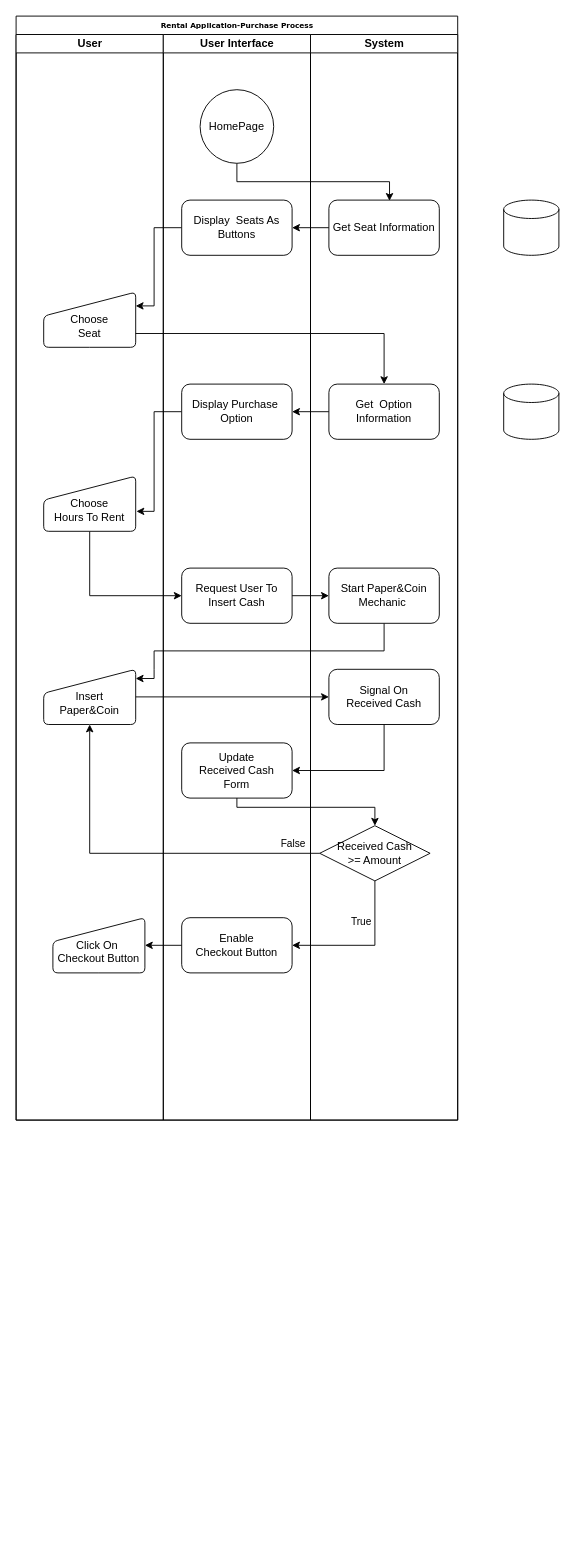
The draw.io diagram 購買流程圖.drawio in luffeTW/MahJong-BPS, before the edit. Source tidied: cells renumbered, new cells numbered last; positions are measured from the earlier drawing's top-left corner, leaving out a move shared by most shapes. Both pictures are drawn from the tidied source at 92%, with x=0, y=0 at pixel (16, 16).
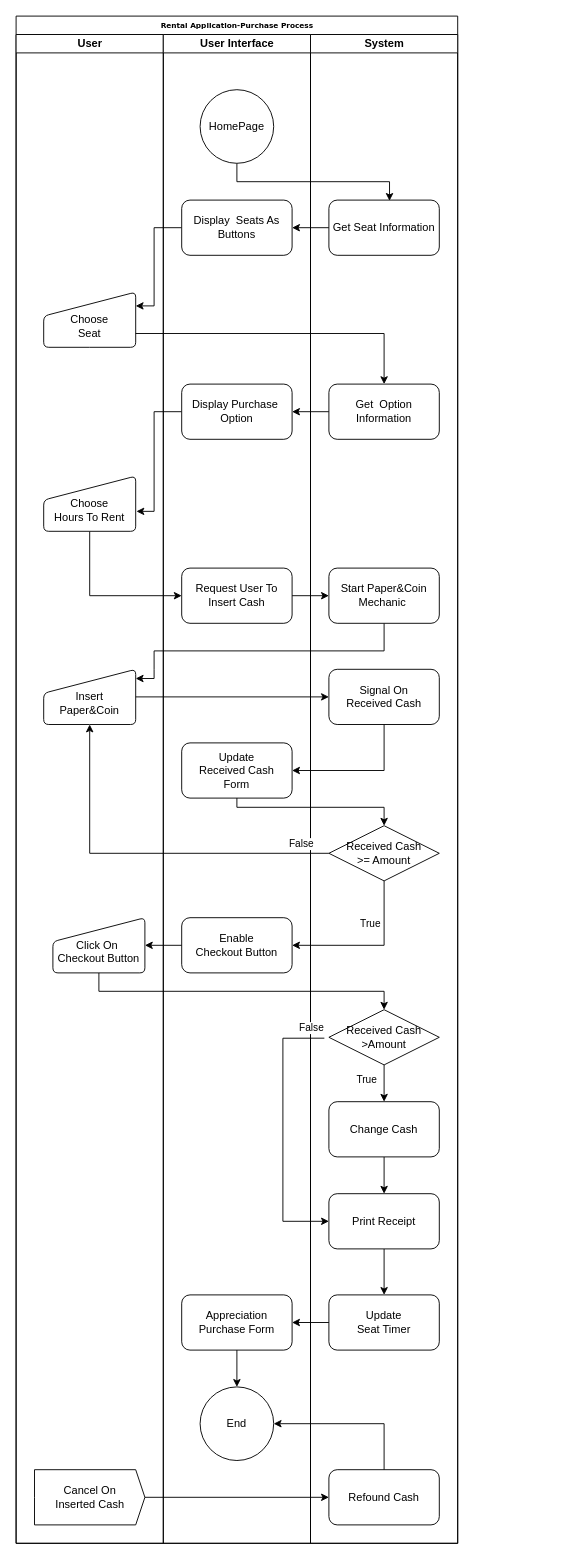
The same page after the edit.

Commit message:
更新購買流程圖.drawio

Unchanged cells that the change refers to:
```xml
<mxCell id="21" value="Update&lt;br&gt;Received Cash&lt;br&gt;Form" style="rounded=1;whiteSpace=wrap;html=1;" parent="15" vertex="1">
  <mxGeometry x="20" y="770" width="120" height="60" as="geometry" />
</mxCell>
<mxCell id="22" value="&lt;br&gt;Click On&amp;nbsp;&lt;br&gt;Checkout Button" style="html=1;strokeWidth=1;shape=manualInput;whiteSpace=wrap;rounded=1;size=26;arcSize=11;" parent="15" vertex="1">
  <mxGeometry x="-120" y="960" width="100" height="60" as="geometry" />
</mxCell>
<mxCell id="23" value="Enable &lt;br&gt;Checkout Button" style="rounded=1;whiteSpace=wrap;html=1;" parent="15" vertex="1">
  <mxGeometry x="20" y="960" width="120" height="60" as="geometry" />
</mxCell>
```

The edit, as a diff of the source:
```diff
@@
     <mxCell id="2" value="Rental Application-Purchase Process" style="swimlane;html=1;startSize=20;rounded=0;shadow=0;labelBackgroundColor=none;strokeWidth=1;fontFamily=Verdana;fontSize=8;align=center;" parent="1" vertex="1">
-      <mxGeometry width="480" height="1200" as="geometry" />
+      <mxGeometry width="480" height="1660" as="geometry" />
     </mxCell>
     <mxCell id="3" value="User" style="swimlane;html=1;startSize=20;" parent="2" vertex="1">
-      <mxGeometry y="20" width="160" height="1180" as="geometry" />
+      <mxGeometry y="20" width="160" height="1640" as="geometry" />
     </mxCell>
@@
+    <mxCell id="38" value="Cancel On &lt;br&gt;Inserted Cash" style="html=1;shadow=0;dashed=0;align=center;verticalAlign=middle;shape=mxgraph.arrows2.arrow;dy=0;dx=10;notch=0;" parent="3" vertex="1">
+      <mxGeometry x="20" y="1560" width="120" height="60" as="geometry" />
+    </mxCell>
@@
     <mxCell id="15" value="User Interface" style="swimlane;html=1;startSize=20;" parent="2" vertex="1">
-      <mxGeometry x="160" y="20" width="160" height="1180" as="geometry" />
+      <mxGeometry x="160" y="20" width="160" height="1640" as="geometry" />
     </mxCell>
@@
+    <mxCell id="39" style="edgeStyle=orthogonalEdgeStyle;rounded=0;jettySize=auto;html=1;" parent="15" edge="1" source="40" target="41">
+      <mxGeometry relative="1" as="geometry" />
+    </mxCell>
+    <mxCell id="40" value="Appreciation&lt;br&gt;Purchase Form" style="rounded=1;whiteSpace=wrap;html=1;" parent="15" vertex="1">
+      <mxGeometry x="20" y="1370" width="120" height="60" as="geometry" />
+    </mxCell>
+    <mxCell id="41" value="End" style="ellipse;whiteSpace=wrap;html=1;" parent="15" vertex="1">
+      <mxGeometry x="40" y="1470" width="80" height="80" as="geometry" />
+    </mxCell>
     <mxCell id="25" value="System" style="swimlane;html=1;startSize=20;" parent="2" vertex="1">
-      <mxGeometry x="320" y="20" width="160" height="1180" as="geometry" />
+      <mxGeometry x="320" y="20" width="160" height="1640" as="geometry" />
     </mxCell>
@@
     <mxCell id="30" value="Received Cash&lt;br&gt;&amp;gt;= Amount" style="strokeWidth=1;html=1;shape=mxgraph.flowchart.decision;whiteSpace=wrap;" parent="25" vertex="1">
-      <mxGeometry x="10" y="860" width="120" height="60" as="geometry" />
+      <mxGeometry x="20" y="860" width="120" height="60" as="geometry" />
     </mxCell>
+    <mxCell id="42" style="edgeStyle=orthogonalEdgeStyle;rounded=0;jettySize=auto;html=1;" parent="25" edge="1" source="44" target="46">
+      <mxGeometry relative="1" as="geometry" />
+    </mxCell>
+    <mxCell id="43" value="True" style="edgeLabel;html=1;align=center;verticalAlign=middle;" parent="42" vertex="1">
+      <mxGeometry x="-0.24" y="-4" relative="1" as="geometry">
+        <mxPoint x="-16" as="offset" />
+      </mxGeometry>
+    </mxCell>
+    <mxCell id="44" value="Received Cash&lt;br&gt;&amp;gt;Amount" style="strokeWidth=1;html=1;shape=mxgraph.flowchart.decision;whiteSpace=wrap;" parent="25" vertex="1">
+      <mxGeometry x="20" y="1060" width="120" height="60" as="geometry" />
+    </mxCell>
+    <mxCell id="45" style="edgeStyle=orthogonalEdgeStyle;rounded=0;jettySize=auto;html=1;" parent="25" edge="1" source="46" target="48">
+      <mxGeometry relative="1" as="geometry" />
+    </mxCell>
+    <mxCell id="46" value="Change Cash" style="rounded=1;whiteSpace=wrap;html=1;" parent="25" vertex="1">
+      <mxGeometry x="20" y="1160" width="120" height="60" as="geometry" />
+    </mxCell>
+    <mxCell id="47" style="edgeStyle=orthogonalEdgeStyle;rounded=0;jettySize=auto;html=1;entryX=0.5;entryY=0;entryDx=0;entryDy=0;" parent="25" edge="1" source="48" target="51">
+      <mxGeometry relative="1" as="geometry" />
+    </mxCell>
+    <mxCell id="48" value="Print Receipt" style="rounded=1;whiteSpace=wrap;html=1;" parent="25" vertex="1">
+      <mxGeometry x="20" y="1260" width="120" height="60" as="geometry" />
+    </mxCell>
+    <mxCell id="49" style="edgeStyle=orthogonalEdgeStyle;rounded=0;jettySize=auto;html=1;exitX=-0.041;exitY=0.516;exitDx=0;exitDy=0;exitPerimeter=0;entryX=0;entryY=0.5;entryDx=0;entryDy=0;" parent="25" edge="1" source="44" target="48">
+      <mxGeometry relative="1" as="geometry">
+        <Array as="points">
+          <mxPoint x="-30" y="1091" />
+          <mxPoint x="-30" y="1290" />
+        </Array>
+      </mxGeometry>
+    </mxCell>
+    <mxCell id="50" value="False" style="edgeLabel;html=1;align=center;verticalAlign=middle;" parent="49" vertex="1">
+      <mxGeometry x="-0.84" y="2" relative="1" as="geometry">
+        <mxPoint x="9" y="-13" as="offset" />
+      </mxGeometry>
+    </mxCell>
+    <mxCell id="51" value="Update&lt;br&gt;Seat Timer" style="rounded=1;whiteSpace=wrap;html=1;" parent="25" vertex="1">
+      <mxGeometry x="20" y="1370" width="120" height="60" as="geometry" />
+    </mxCell>
+    <mxCell id="52" value="Refound Cash" style="rounded=1;whiteSpace=wrap;html=1;" parent="25" vertex="1">
+      <mxGeometry x="20" y="1560" width="120" height="60" as="geometry" />
+    </mxCell>
@@
     <mxCell id="34" value="True" style="edgeStyle=orthogonalEdgeStyle;rounded=0;jettySize=auto;html=1;exitX=0.5;exitY=1;exitDx=0;exitDy=0;exitPerimeter=0;" parent="2" edge="1" source="30" target="23">
       <mxGeometry x="-0.45" y="-15" relative="1" as="geometry">
         <Array as="points">
-          <mxPoint x="390" y="1010" />
+          <mxPoint x="400" y="1010" />
         </Array>
       </mxGeometry>
     </mxCell>
     <mxCell id="35" style="edgeStyle=orthogonalEdgeStyle;rounded=0;jettySize=auto;html=1;entryX=0.5;entryY=0;entryDx=0;entryDy=0;entryPerimeter=0;" parent="2" edge="1" source="21" target="30">
       <mxGeometry relative="1" as="geometry">
         <Array as="points">
           <mxPoint x="240" y="860" />
-          <mxPoint x="390" y="860" />
+          <mxPoint x="400" y="860" />
         </Array>
       </mxGeometry>
     </mxCell>
-    <mxCell id="36" style="strokeWidth=1;html=1;shape=mxgraph.flowchart.database;whiteSpace=wrap;" parent="1" vertex="1">
-      <mxGeometry x="530" y="400" width="60" height="60" as="geometry" />
-    </mxCell>
-    <mxCell id="37" style="strokeWidth=1;html=1;shape=mxgraph.flowchart.database;whiteSpace=wrap;" parent="1" vertex="1">
-      <mxGeometry x="530" y="200" width="60" height="60" as="geometry" />
-    </mxCell>
+    <mxCell id="53" style="endArrow=classic;html=1;rounded=0;exitX=0.5;exitY=1;exitDx=0;exitDy=0;entryX=0.5;entryY=0;entryDx=0;entryDy=0;entryPerimeter=0;" parent="2" edge="1" source="22" target="44">
+      <mxGeometry relative="1" as="geometry">
+        <Array as="points">
+          <mxPoint x="90" y="1060" />
+          <mxPoint x="400" y="1060" />
+        </Array>
+      </mxGeometry>
+    </mxCell>
+    <mxCell id="54" style="edgeStyle=orthogonalEdgeStyle;rounded=0;jettySize=auto;html=1;entryX=1;entryY=0.5;entryDx=0;entryDy=0;" parent="2" edge="1" source="51" target="40">
+      <mxGeometry relative="1" as="geometry" />
+    </mxCell>
+    <mxCell id="55" style="edgeStyle=orthogonalEdgeStyle;rounded=0;jettySize=auto;html=1;entryX=0;entryY=0.5;entryDx=0;entryDy=0;" parent="2" edge="1" source="38" target="52">
+      <mxGeometry relative="1" as="geometry" />
+    </mxCell>
+    <mxCell id="56" style="edgeStyle=orthogonalEdgeStyle;rounded=0;jettySize=auto;html=1;entryX=1;entryY=0.5;entryDx=0;entryDy=0;" parent="2" edge="1" source="52" target="41">
+      <mxGeometry relative="1" as="geometry">
+        <Array as="points">
+          <mxPoint x="400" y="1530" />
+        </Array>
+      </mxGeometry>
+    </mxCell>
```
